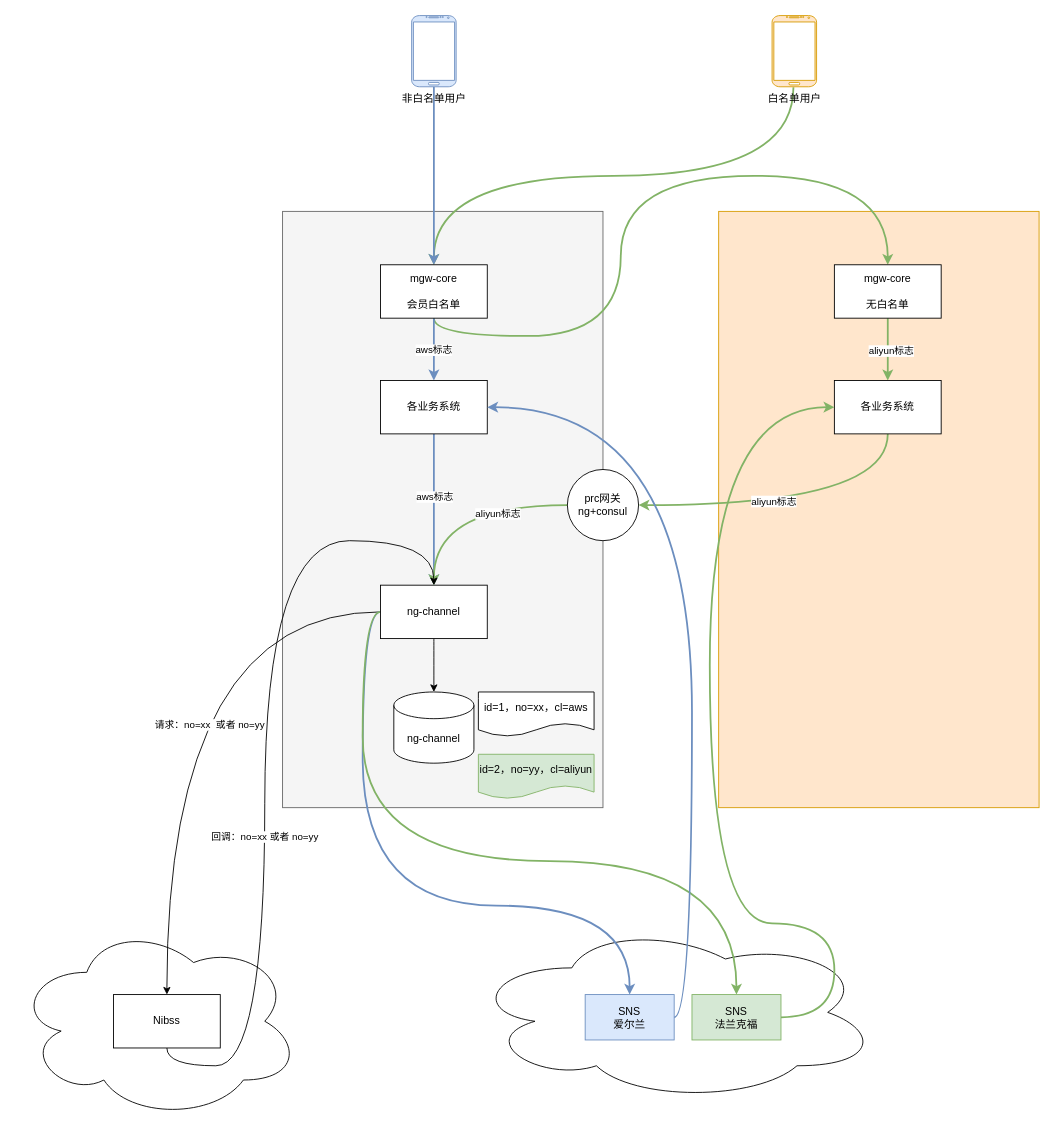
Above: 回调流量集群路由方案.drawio in catface996/images (draw.io), before the change. Source tidied: cells renumbered, new cells numbered last; positions are measured from the earlier drawing's top-left corner, leaving out a move shared by most shapes. Both pictures are drawn from the tidied source at 89%, with x=0, y=0 at pixel (15, 15).
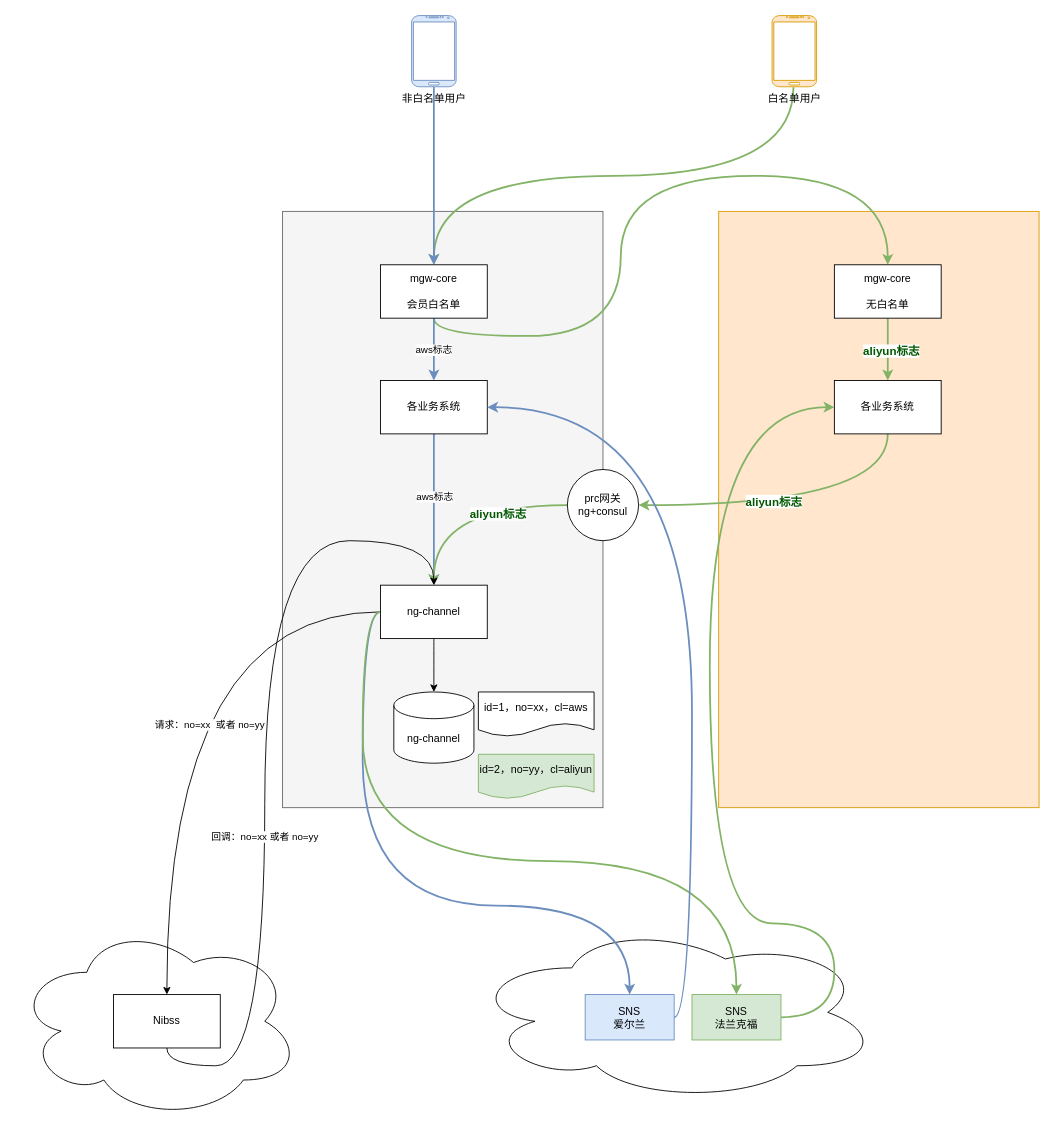
Above is the later version.

Commit message:
更新回调流量集群路由方案.drawio

Unchanged cells that the change refers to:
```xml
<mxCell id="12" style="edgeStyle=orthogonalEdgeStyle;curved=1;rounded=0;jettySize=auto;html=1;entryX=0.5;entryY=0;entryDx=0;entryDy=0;fillColor=#d5e8d4;strokeColor=#82b366;strokeWidth=2;" parent="1" edge="1" source="14" target="20">
  <mxGeometry relative="1" as="geometry" />
</mxCell>
<mxCell id="18" style="edgeStyle=orthogonalEdgeStyle;curved=1;rounded=0;jettySize=auto;html=1;entryX=1;entryY=0.5;entryDx=0;entryDy=0;exitX=0.5;exitY=1;exitDx=0;exitDy=0;fillColor=#d5e8d4;strokeColor=#82b366;strokeWidth=2;" parent="1" edge="1" source="20" target="32">
  <mxGeometry relative="1" as="geometry" />
</mxCell>
<mxCell id="30" style="edgeStyle=orthogonalEdgeStyle;curved=1;rounded=0;jettySize=auto;html=1;entryX=0.5;entryY=0;entryDx=0;entryDy=0;fillColor=#d5e8d4;strokeColor=#82b366;strokeWidth=2;" parent="1" edge="1" source="32" target="28">
  <mxGeometry relative="1" as="geometry" />
</mxCell>
```

What changed in the source:
```diff
@@
-    <mxCell id="13" value="aliyun标志" style="edgeLabel;html=1;align=center;verticalAlign=middle;" parent="12" vertex="1">
+    <mxCell id="13" value="aliyun标志" style="edgeLabel;html=1;align=center;verticalAlign=middle;fontColor=#005700;fontStyle=1;fontSize=13;" parent="12" vertex="1">
       <mxGeometry x="-0.01" y="3" relative="1" as="geometry">
         <mxPoint y="1" as="offset" />
       </mxGeometry>
     </mxCell>
@@
-    <mxCell id="19" value="aliyun标志" style="edgeLabel;html=1;align=center;verticalAlign=middle;" parent="18" vertex="1">
+    <mxCell id="19" value="aliyun标志" style="edgeLabel;html=1;align=center;verticalAlign=middle;fontColor=#005700;fontStyle=1;fontSize=13;" parent="18" vertex="1">
       <mxGeometry x="0.16" y="-5" relative="1" as="geometry" />
     </mxCell>
@@
-    <mxCell id="31" value="aliyun标志" style="edgeLabel;html=1;align=center;verticalAlign=middle;" parent="30" vertex="1">
+    <mxCell id="31" value="aliyun标志" style="edgeLabel;html=1;align=center;verticalAlign=middle;fontColor=#005700;fontStyle=1;fontSize=13;" parent="30" vertex="1">
       <mxGeometry x="-0.34" y="9" relative="1" as="geometry" />
     </mxCell>
```
